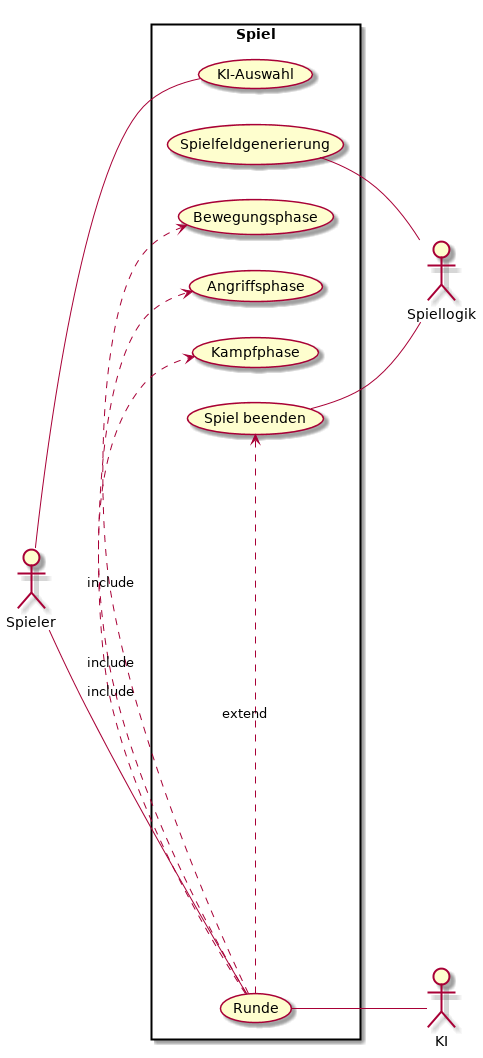
Before: Design/OOA/Diagramme/Spiel.png, a diagram exported from PlantUML (Vitja21/SE1PUE3).
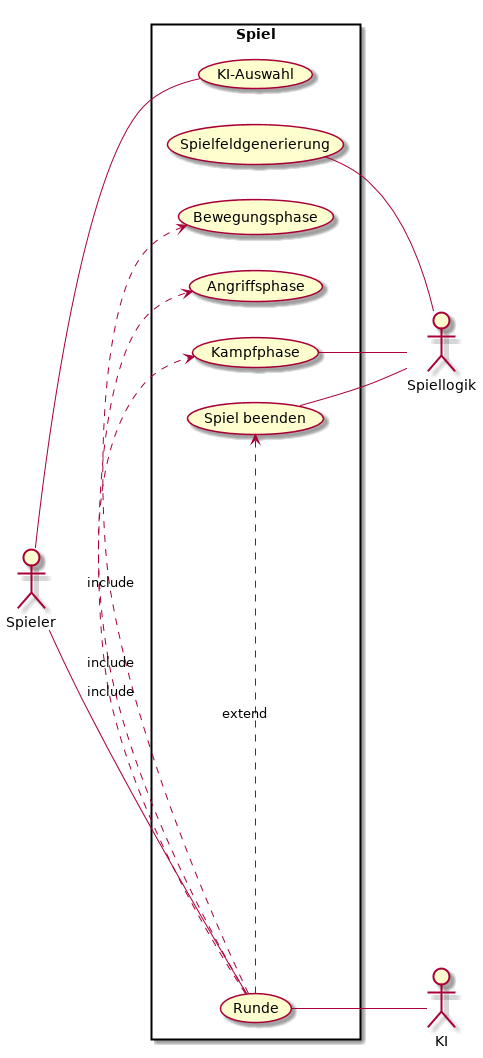
After the change.

Commit message:
Usecasediagramm: Spiellogik -> Kampfphase

Change to the diagram source:
```diff
@@ -14,6 +14,7 @@
     (Runde).>(Bewegungsphase):include
     (Runde).>(Angriffsphase):include
     (Runde).>(Kampfphase):include
+    (Kampfphase) - Spiellogik
     (Runde).>(Spiel beenden):extend
     (Spiel beenden) - Spiellogik
 
```
